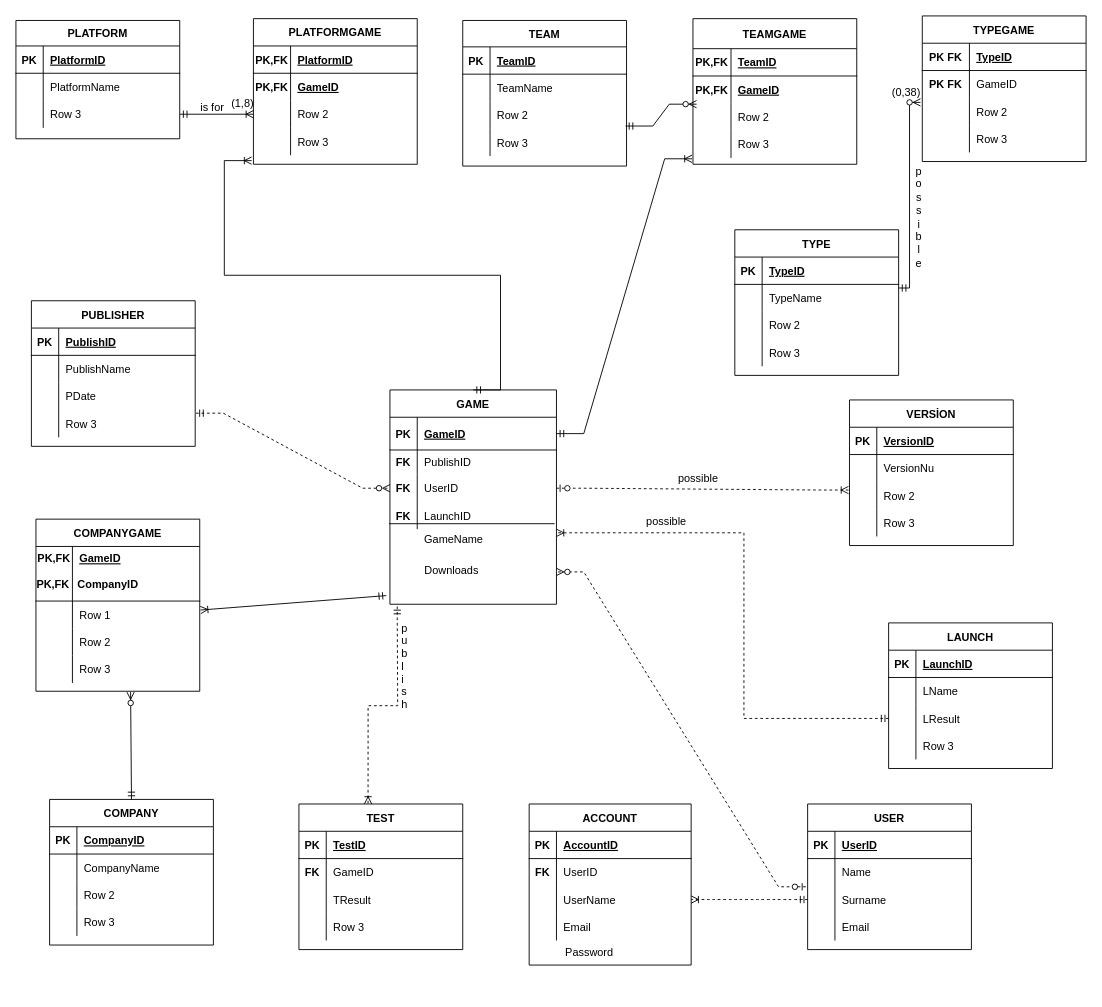
The draw.io diagram Copy of Untitled Diagram.drawio in sumeyyaakbulut/tuw-arfoundation-demo, before the edit. Source tidied: cells renumbered, new cells numbered last; positions are measured from the earlier drawing's top-left corner, leaving out a move shared by most shapes. Both pictures are drawn from the tidied source at 91%, with x=0, y=0 at pixel (15, 15).
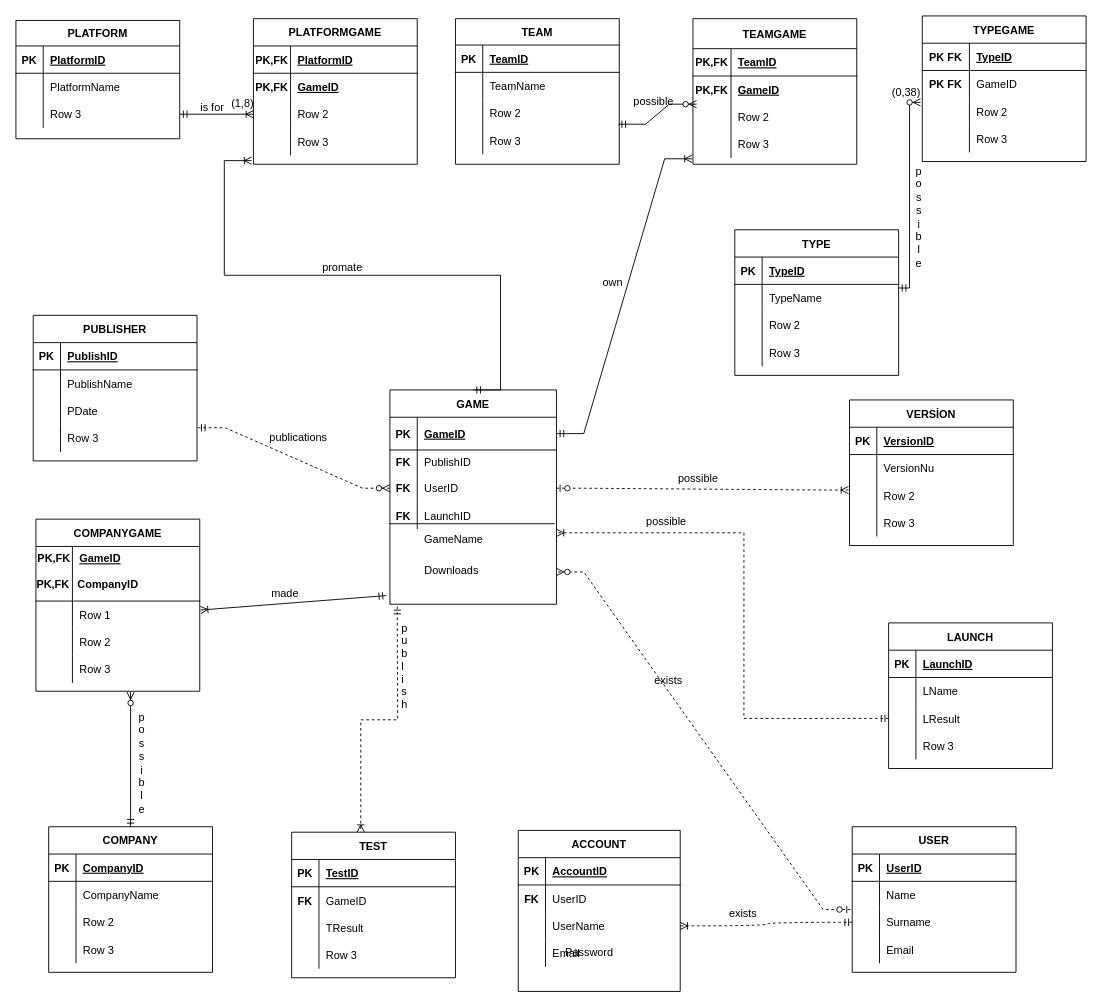
After the change.

What changed in the source:
```diff
@@
     <mxCell id="26" value="TEAM" style="shape=table;startSize=29;childLayout=tableLayout;rowLines=0;fontStyle=1;align=center;" parent="1" vertex="1">
-      <mxGeometry x="491" y="5" width="180" height="160" as="geometry" />
+      <mxGeometry x="483" y="3" width="180" height="160" as="geometry" />
     </mxCell>
@@
     <mxCell id="95" value="PUBLISHER" style="shape=table;startSize=30;childLayout=tableLayout;rowLines=0;fontStyle=1;align=center;" parent="1" vertex="1">
-      <mxGeometry x="17" y="313" width="180" height="160" as="geometry" />
+      <mxGeometry x="19" y="329" width="180" height="160" as="geometry" />
     </mxCell>
@@
     <mxCell id="121" value="COMPANY" style="shape=table;startSize=30;childLayout=tableLayout;rowLines=0;fontStyle=1;align=center;" parent="1" vertex="1">
-      <mxGeometry x="37" y="861" width="180" height="160" as="geometry" />
+      <mxGeometry x="36" y="891" width="180" height="160" as="geometry" />
     </mxCell>
@@
     <mxCell id="134" value="TEST" style="shape=table;startSize=30;childLayout=tableLayout;rowLines=0;fontStyle=1;align=center;" parent="1" vertex="1">
-      <mxGeometry x="311" y="866" width="180" height="160" as="geometry" />
+      <mxGeometry x="303" y="897" width="180" height="160" as="geometry" />
     </mxCell>
@@
     <mxCell id="147" value="ACCOUNT" style="shape=table;startSize=30;childLayout=tableLayout;rowLines=0;fontStyle=1;align=center;" parent="1" vertex="1">
-      <mxGeometry x="564" y="866" width="178" height="177" as="geometry" />
+      <mxGeometry x="552" y="895" width="178" height="177" as="geometry" />
     </mxCell>
@@
     <mxCell id="160" value="USER" style="shape=table;startSize=30;childLayout=tableLayout;rowLines=0;fontStyle=1;align=center;" parent="1" vertex="1">
-      <mxGeometry x="870" y="866" width="180" height="160" as="geometry" />
+      <mxGeometry x="919" y="891" width="180" height="160" as="geometry" />
     </mxCell>
@@
+    <mxCell id="220" value="promate" style="text;strokeColor=none;fillColor=none;align=left;verticalAlign=middle;spacingLeft=4;spacingRight=4;overflow=hidden;" parent="1" vertex="1">
+      <mxGeometry x="331" y="261" width="80" height="30" as="geometry" />
+    </mxCell>
+    <mxCell id="221" value="possible" style="text;strokeColor=none;fillColor=none;align=left;verticalAlign=middle;spacingLeft=4;spacingRight=4;overflow=hidden;" parent="1" vertex="1">
+      <mxGeometry x="673" y="78" width="80" height="30" as="geometry" />
+    </mxCell>
+    <mxCell id="222" value="publications" style="text;strokeColor=none;fillColor=none;align=left;verticalAlign=middle;spacingLeft=4;spacingRight=4;overflow=hidden;" parent="1" vertex="1">
+      <mxGeometry x="273" y="448" width="80" height="30" as="geometry" />
+    </mxCell>
+    <mxCell id="223" value="own" style="text;strokeColor=none;fillColor=none;align=left;verticalAlign=middle;spacingLeft=4;spacingRight=4;overflow=hidden;" parent="1" vertex="1">
+      <mxGeometry x="639" y="277" width="80" height="30" as="geometry" />
+    </mxCell>
+    <mxCell id="224" value="exists" style="text;strokeColor=none;fillColor=none;align=left;verticalAlign=middle;spacingLeft=4;spacingRight=4;overflow=hidden;" parent="1" vertex="1">
+      <mxGeometry x="696" y="715" width="80" height="30" as="geometry" />
+    </mxCell>
+    <mxCell id="225" value="exists" style="text;strokeColor=none;fillColor=none;align=left;verticalAlign=middle;spacingLeft=4;spacingRight=4;overflow=hidden;" parent="1" vertex="1">
+      <mxGeometry x="778" y="971" width="80" height="30" as="geometry" />
+    </mxCell>
+    <mxCell id="226" value="made" style="text;strokeColor=none;fillColor=none;align=left;verticalAlign=middle;spacingLeft=4;spacingRight=4;overflow=hidden;" parent="1" vertex="1">
+      <mxGeometry x="275" y="619" width="80" height="30" as="geometry" />
+    </mxCell>
+    <mxCell id="227" value="p&lt;br&gt;o&lt;br&gt;s&lt;br&gt;s&lt;br&gt;i&lt;br&gt;b&lt;br&gt;l&lt;br&gt;e" style="text;html=1;align=center;verticalAlign=middle;strokeColor=none;fillColor=none;" parent="1" vertex="1">
+      <mxGeometry x="129" y="763" width="17" height="116" as="geometry" />
+    </mxCell>
```
